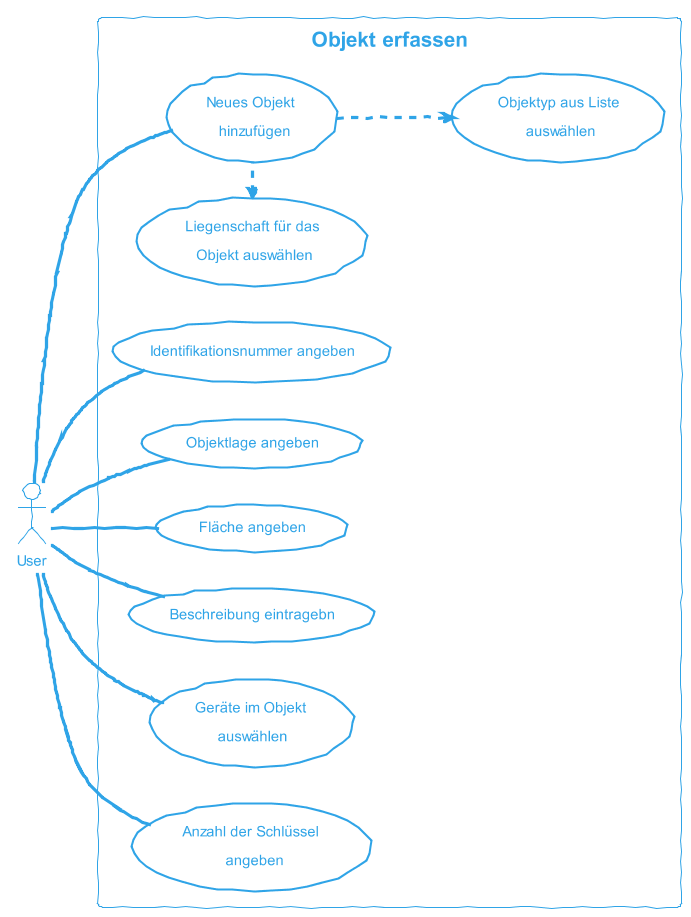
The PlantUML diagram docs/content/diagrams/out/usecase/objektErfassen/ObjektErfassen.png in sirtheta/ImmoGlobal_Semesterarbeit, before a commit.
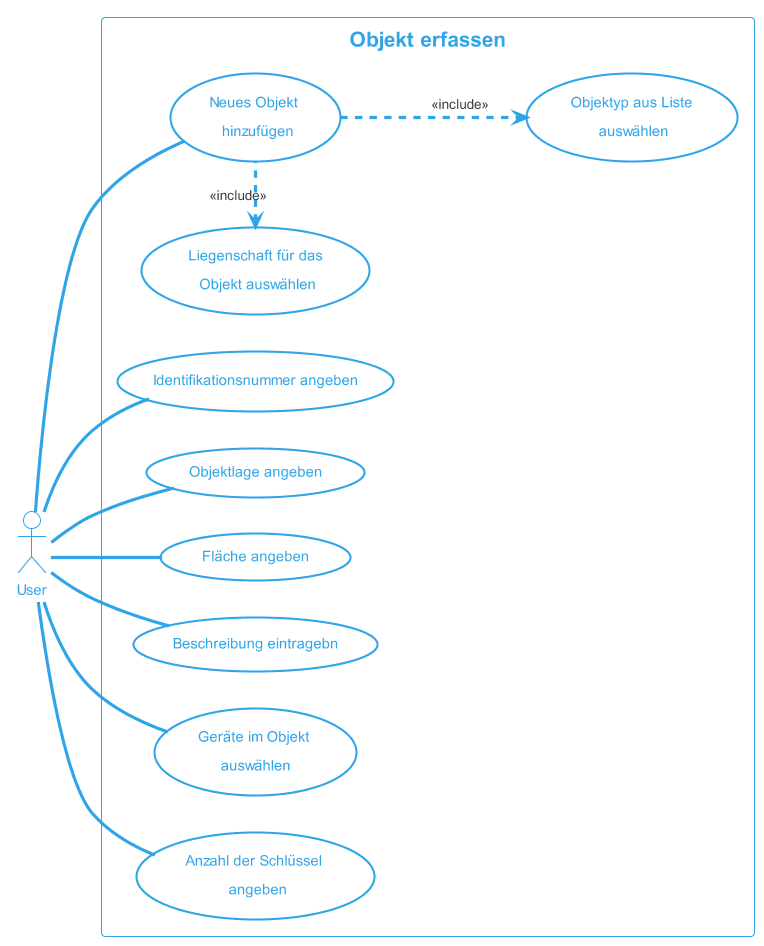
The same diagram one commit later.

What changed in the source:
```diff
@@ -1,6 +1,6 @@
 @startuml ObjektErfassen
 !theme cerulean-outline
-skinparam handwritten true
+
 left to right direction
 actor "User" as fc
 rectangle "Objekt erfassen" {
@@ -15,8 +15,8 @@
   usecase "Anzahl der Schlüssel \n angeben" as UC7
 }
 fc -- UC1
-UC1 .left.> inc1
-UC1 .down.> inc2
+UC1 .left.> inc1 : <<include>>
+UC1 .down.> inc2 : <<include>>
 fc -- UC2
 fc -- UC3
 fc -- UC4
```
